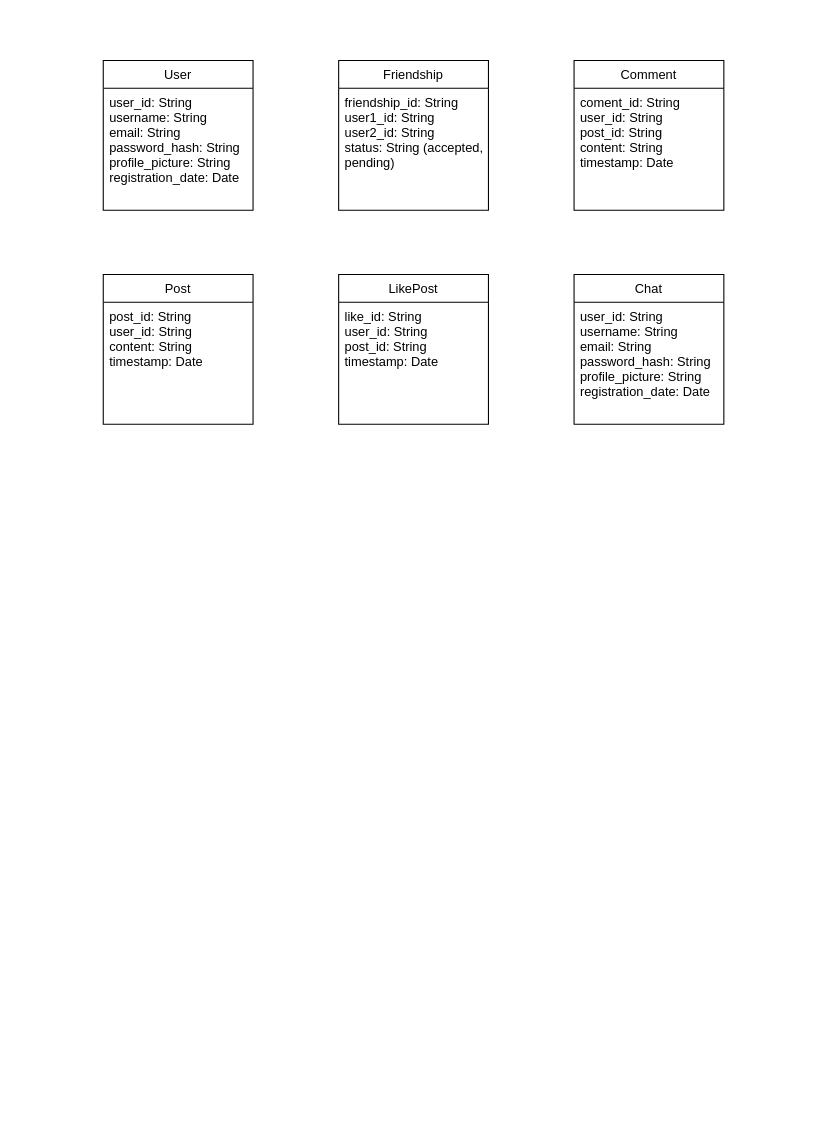
The draw.io diagram DatabaseStructure.drawio in conmale73/KLTN_2022, before the edit. Source tidied: cells renumbered, new cells numbered last; positions are measured from the earlier drawing's top-left corner, leaving out a move shared by most shapes. Both pictures are drawn from the tidied source at 107%, with x=0, y=0 at pixel (103, 60).
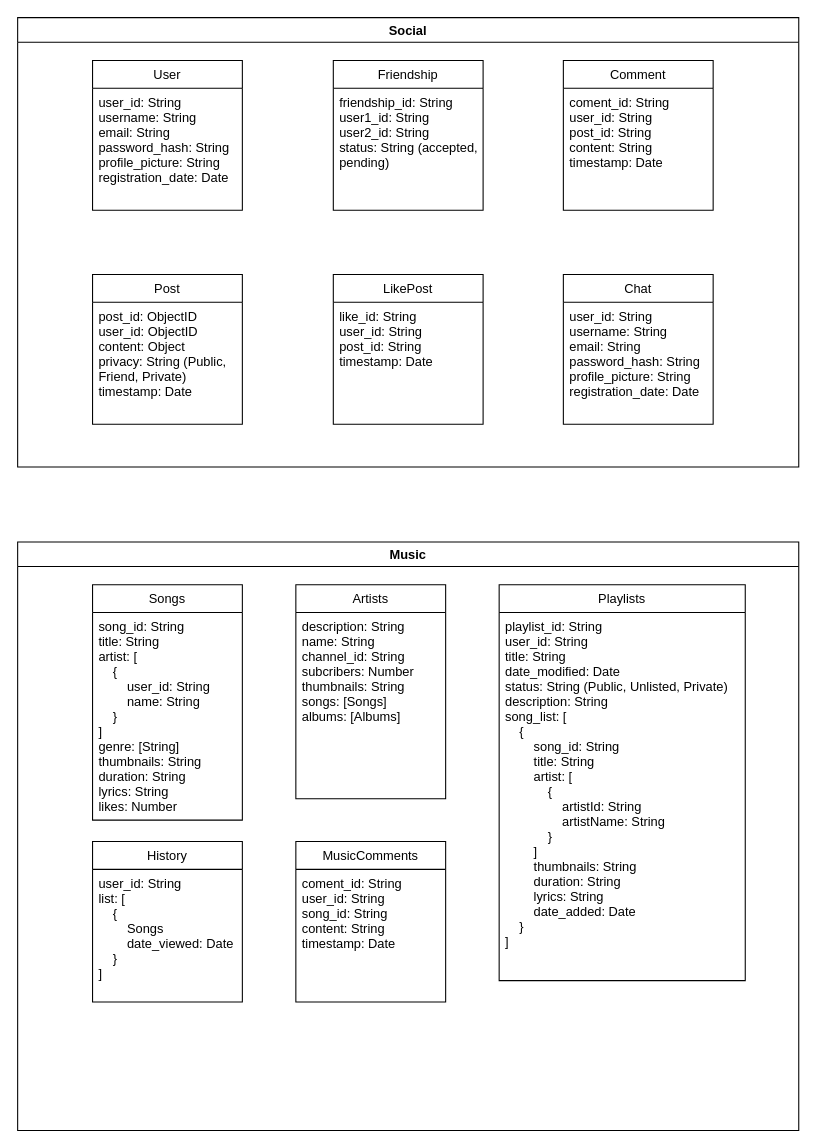
The same diagram, later.

Change to the diagram source:
```diff
@@
+    <mxCell id="14" value="Social" style="swimlane;" parent="1" vertex="1">
+      <mxGeometry x="-80" y="-40" width="730" height="420" as="geometry" />
+    </mxCell>
-    <mxCell id="2" value="User" style="swimlane;fontStyle=0;horizontal=1;startSize=26;fillColor=none;swimlaneLine=1;" parent="1" vertex="1">
-      <mxGeometry width="140" height="140" as="geometry" />
+    <mxCell id="2" value="User" style="swimlane;fontStyle=0;horizontal=1;startSize=26;fillColor=none;swimlaneLine=1;" parent="14" vertex="1">
+      <mxGeometry x="70" y="40" width="140" height="140" as="geometry" />
     </mxCell>
@@
+    <mxCell id="6" value="Post" style="swimlane;fontStyle=0;horizontal=1;startSize=26;fillColor=none;swimlaneLine=1;" parent="14" vertex="1">
+      <mxGeometry x="70" y="240" width="140" height="140" as="geometry" />
+    </mxCell>
+    <mxCell id="7" value="post_id: ObjectID&#10;user_id: ObjectID&#10;content: Object&#10;privacy: String (Public,&#10;Friend, Private)&#10;timestamp: Date" style="text;strokeColor=none;fillColor=none;align=left;verticalAlign=top;spacingLeft=4;spacingRight=4;overflow=hidden;" parent="6" vertex="1">
+      <mxGeometry y="26" width="140" height="114" as="geometry" />
+    </mxCell>
-    <mxCell id="4" value="Friendship" style="swimlane;fontStyle=0;horizontal=1;startSize=26;fillColor=none;swimlaneLine=1;" parent="1" vertex="1">
-      <mxGeometry x="220" width="140" height="140" as="geometry" />
+    <mxCell id="4" value="Friendship" style="swimlane;fontStyle=0;horizontal=1;startSize=26;fillColor=none;swimlaneLine=1;" parent="14" vertex="1">
+      <mxGeometry x="295" y="40" width="140" height="140" as="geometry" />
     </mxCell>
@@
-    <mxCell id="6" value="Post" style="swimlane;fontStyle=0;horizontal=1;startSize=26;fillColor=none;swimlaneLine=1;" parent="1" vertex="1">
-      <mxGeometry y="200" width="140" height="140" as="geometry" />
-    </mxCell>
-    <mxCell id="7" value="post_id: String&#10;user_id: String&#10;content: String&#10;timestamp: Date" style="text;strokeColor=none;fillColor=none;align=left;verticalAlign=top;spacingLeft=4;spacingRight=4;overflow=hidden;" parent="6" vertex="1">
-      <mxGeometry y="26" width="140" height="114" as="geometry" />
-    </mxCell>
-    <mxCell id="8" value="LikePost" style="swimlane;fontStyle=0;horizontal=1;startSize=26;fillColor=none;swimlaneLine=1;" parent="1" vertex="1">
-      <mxGeometry x="220" y="200" width="140" height="140" as="geometry" />
+    <mxCell id="8" value="LikePost" style="swimlane;fontStyle=0;horizontal=1;startSize=26;fillColor=none;swimlaneLine=1;" parent="14" vertex="1">
+      <mxGeometry x="295" y="240" width="140" height="140" as="geometry" />
     </mxCell>
@@
-    <mxCell id="10" value="Comment" style="swimlane;fontStyle=0;horizontal=1;startSize=26;fillColor=none;swimlaneLine=1;" parent="1" vertex="1">
-      <mxGeometry x="440" width="140" height="140" as="geometry" />
+    <mxCell id="10" value="Comment" style="swimlane;fontStyle=0;horizontal=1;startSize=26;fillColor=none;swimlaneLine=1;" parent="14" vertex="1">
+      <mxGeometry x="510" y="40" width="140" height="140" as="geometry" />
     </mxCell>
@@
-    <mxCell id="12" value="Chat" style="swimlane;fontStyle=0;horizontal=1;startSize=26;fillColor=none;swimlaneLine=1;" parent="1" vertex="1">
-      <mxGeometry x="440" y="200" width="140" height="140" as="geometry" />
+    <mxCell id="12" value="Chat" style="swimlane;fontStyle=0;horizontal=1;startSize=26;fillColor=none;swimlaneLine=1;" parent="14" vertex="1">
+      <mxGeometry x="510" y="240" width="140" height="140" as="geometry" />
     </mxCell>
@@
+    <mxCell id="15" value="Music" style="swimlane;" parent="1" vertex="1">
+      <mxGeometry x="-80" y="450" width="730" height="550" as="geometry" />
+    </mxCell>
+    <mxCell id="16" value="Songs" style="swimlane;fontStyle=0;horizontal=1;startSize=26;fillColor=none;swimlaneLine=1;" parent="15" vertex="1">
+      <mxGeometry x="70" y="40" width="140" height="220" as="geometry" />
+    </mxCell>
+    <mxCell id="17" value="song_id: String&#10;title: String&#10;artist: [&#10;    {&#10;        user_id: String&#10;        name: String&#10;    }&#10;]&#10;genre: [String]&#10;thumbnails: String&#10;duration: String&#10;lyrics: String&#10;likes: Number" style="text;strokeColor=none;fillColor=none;align=left;verticalAlign=top;spacingLeft=4;spacingRight=4;overflow=hidden;" parent="16" vertex="1">
+      <mxGeometry y="26" width="140" height="194" as="geometry" />
+    </mxCell>
+    <mxCell id="18" value="Artists" style="swimlane;fontStyle=0;horizontal=1;startSize=26;fillColor=none;swimlaneLine=1;" parent="15" vertex="1">
+      <mxGeometry x="260" y="40" width="140" height="200" as="geometry" />
+    </mxCell>
+    <mxCell id="19" value="description: String&#10;name: String&#10;channel_id: String&#10;subcribers: Number&#10;thumbnails: String&#10;songs: [Songs]&#10;albums: [Albums]&#10;" style="text;strokeColor=none;fillColor=none;align=left;verticalAlign=top;spacingLeft=4;spacingRight=4;overflow=hidden;" parent="18" vertex="1">
+      <mxGeometry y="26" width="140" height="174" as="geometry" />
+    </mxCell>
+    <mxCell id="20" value="Playlists" style="swimlane;fontStyle=0;horizontal=1;startSize=26;fillColor=none;swimlaneLine=1;" parent="15" vertex="1">
+      <mxGeometry x="450" y="40" width="230" height="370" as="geometry" />
+    </mxCell>
+    <mxCell id="21" value="playlist_id: String&#10;user_id: String&#10;title: String&#10;date_modified: Date&#10;status: String (Public, Unlisted, Private)&#10;description: String&#10;song_list: [&#10;    {&#10;        song_id: String&#10;        title: String&#10;        artist: [&#10;            {&#10;                artistId: String&#10;                artistName: String&#10;            }&#10;        ]&#10;        thumbnails: String&#10;        duration: String&#10;        lyrics: String&#10;        date_added: Date&#10;    }&#10;]" style="text;strokeColor=none;fillColor=none;align=left;verticalAlign=top;spacingLeft=4;spacingRight=4;overflow=hidden;" parent="20" vertex="1">
+      <mxGeometry y="26" width="230" height="344" as="geometry" />
+    </mxCell>
+    <mxCell id="22" value="History" style="swimlane;fontStyle=0;horizontal=1;startSize=26;fillColor=none;swimlaneLine=1;" parent="15" vertex="1">
+      <mxGeometry x="70" y="280" width="140" height="150" as="geometry" />
+    </mxCell>
+    <mxCell id="23" value="user_id: String&#10;list: [&#10;    {&#10;        Songs&#10;        date_viewed: Date&#10;    }&#10;]" style="text;strokeColor=none;fillColor=none;align=left;verticalAlign=top;spacingLeft=4;spacingRight=4;overflow=hidden;" parent="22" vertex="1">
+      <mxGeometry y="26" width="140" height="124" as="geometry" />
+    </mxCell>
+    <mxCell id="24" value="MusicComments" style="swimlane;fontStyle=0;horizontal=1;startSize=26;fillColor=none;swimlaneLine=1;" parent="15" vertex="1">
+      <mxGeometry x="260" y="280" width="140" height="150" as="geometry" />
+    </mxCell>
+    <mxCell id="25" value="coment_id: String&#10;user_id: String&#10;song_id: String&#10;content: String&#10;timestamp: Date&#10;" style="text;strokeColor=none;fillColor=none;align=left;verticalAlign=top;spacingLeft=4;spacingRight=4;overflow=hidden;" parent="24" vertex="1">
+      <mxGeometry y="26" width="140" height="124" as="geometry" />
+    </mxCell>
```
